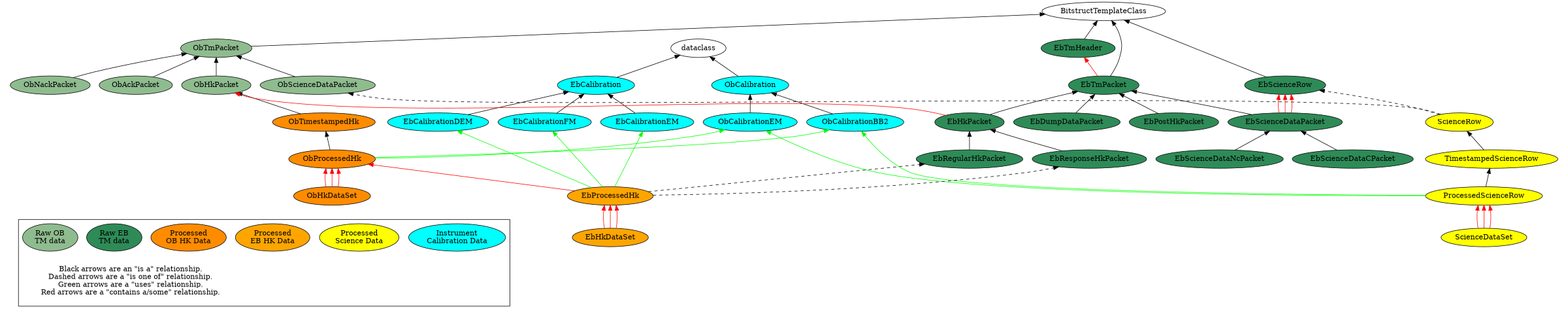
AU-ExoMars/egse-data-decoders keeps this Graphviz diagram as doc/enfys-classes.png. Above is the earlier version. Its source is kept beside it as doc/enfys-classes.dot.
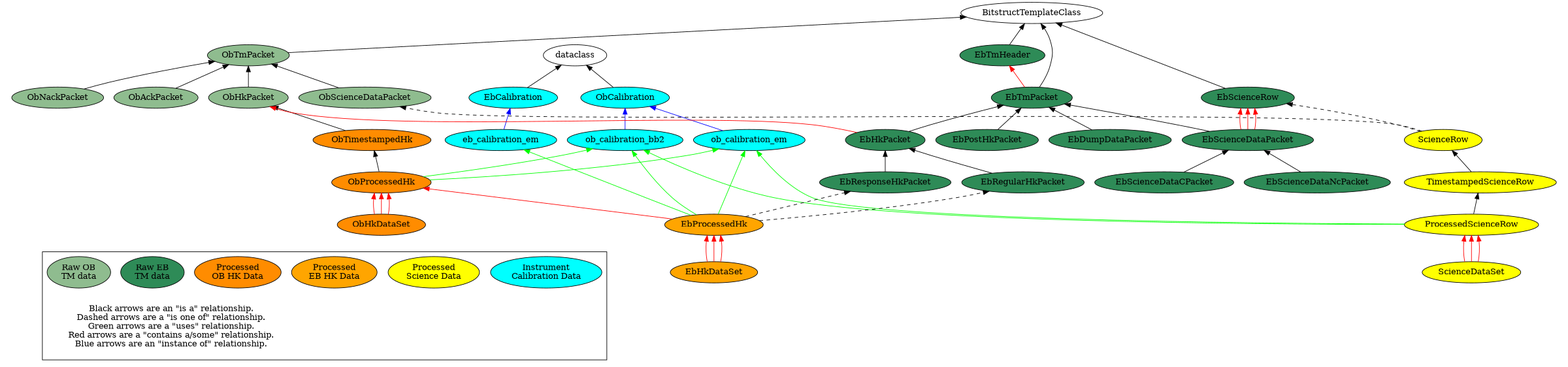
Later version of the same file.

Commit message:
Modify diagram to represent calibrations better.

The edit, as a diff of the source:
```diff
@@ -11,6 +11,7 @@
 raw_ob: darkseagreen
 uses: green
 contains: red
+instance: blue
 ---
 digraph classes {
     graph [ dpi=300 ];
@@ -32,6 +33,7 @@
         Dashed arrows are a \"is one of\" relationship.
         {{uses|capitalize}} arrows are a \"uses\" relationship.
         {{contains|capitalize}} arrows are a \"contains a/some\" relationship.
+        {{instance|capitalize}} arrows are an \"instance of\" relationship.
         ";
         rank=same;
         cal [label="Instrument\nCalibration Data", fillcolor="{{calibration}}", style=filled];
@@ -53,11 +55,9 @@
         }
         subgraph calsub {
             rank=same;
-            EbCalibrationEM;
-            EbCalibrationDEM;
-            EbCalibrationFM;
-            ObCalibrationBB2;
-            ObCalibrationEM;
+            eb_calibration_em;
+            ob_calibration_bb2;
+            ob_calibration_em;
         }
     }
 
@@ -122,13 +122,11 @@
     }
 
     EbCalibration -> dataclass;
-    EbCalibrationEM -> EbCalibration;
-    EbCalibrationDEM -> EbCalibration;
-    EbCalibrationFM -> EbCalibration;
+    eb_calibration_em -> EbCalibration [color={{instance}}];
 
     ObCalibration -> dataclass;
-    ObCalibrationBB2 -> ObCalibration;
-    ObCalibrationEM -> ObCalibration;
+    ob_calibration_bb2 -> ObCalibration [color={{instance}}];
+    ob_calibration_em -> ObCalibration [color={{instance}}];
 
 
     ObTimestampedHk -> ObHkPacket;
@@ -136,14 +134,14 @@
     ObHkDataSet -> ObProcessedHk [color={{contains}}];
     ObHkDataSet -> ObProcessedHk [color={{contains}}];
     ObHkDataSet -> ObProcessedHk [color={{contains}}];
-    ObProcessedHk -> { ObCalibrationBB2, ObCalibrationEM } [color={{uses}}];
+    ObProcessedHk -> { ob_calibration_bb2, ob_calibration_em } [color={{uses}}];
 
     EbHkDataSet -> EbProcessedHk [color={{contains}}];
     EbHkDataSet -> EbProcessedHk [color={{contains}}];
     EbHkDataSet -> EbProcessedHk [color={{contains}}];
     EbProcessedHk -> { EbResponseHkPacket, EbRegularHkPacket } [style=dashed];
     EbProcessedHk -> ObProcessedHk [color={{contains}}];
-    EbProcessedHk -> { EbCalibrationEM, EbCalibrationDEM, EbCalibrationFM } [color={{uses}}];
+    EbProcessedHk -> { eb_calibration_em, ob_calibration_bb2, ob_calibration_em } [color={{uses}}];
 
     ScienceRow-> { EbScienceRow, ObScienceDataPacket } [style=dashed]
     ScienceDataSet -> ProcessedScienceRow [color={{contains}}];
@@ -151,7 +149,7 @@
     ScienceDataSet -> ProcessedScienceRow [color={{contains}}];
     TimestampedScienceRow -> ScienceRow;
     ProcessedScienceRow -> TimestampedScienceRow;
-    ProcessedScienceRow -> { ObCalibrationBB2, ObCalibrationEM } [color={{uses}}];
+    ProcessedScienceRow -> { ob_calibration_bb2, ob_calibration_em } [color={{uses}}];
 
     ObTmPacket -> BitstructTemplateClass
     ObScienceDataPacket -> ObTmPacket;
```
